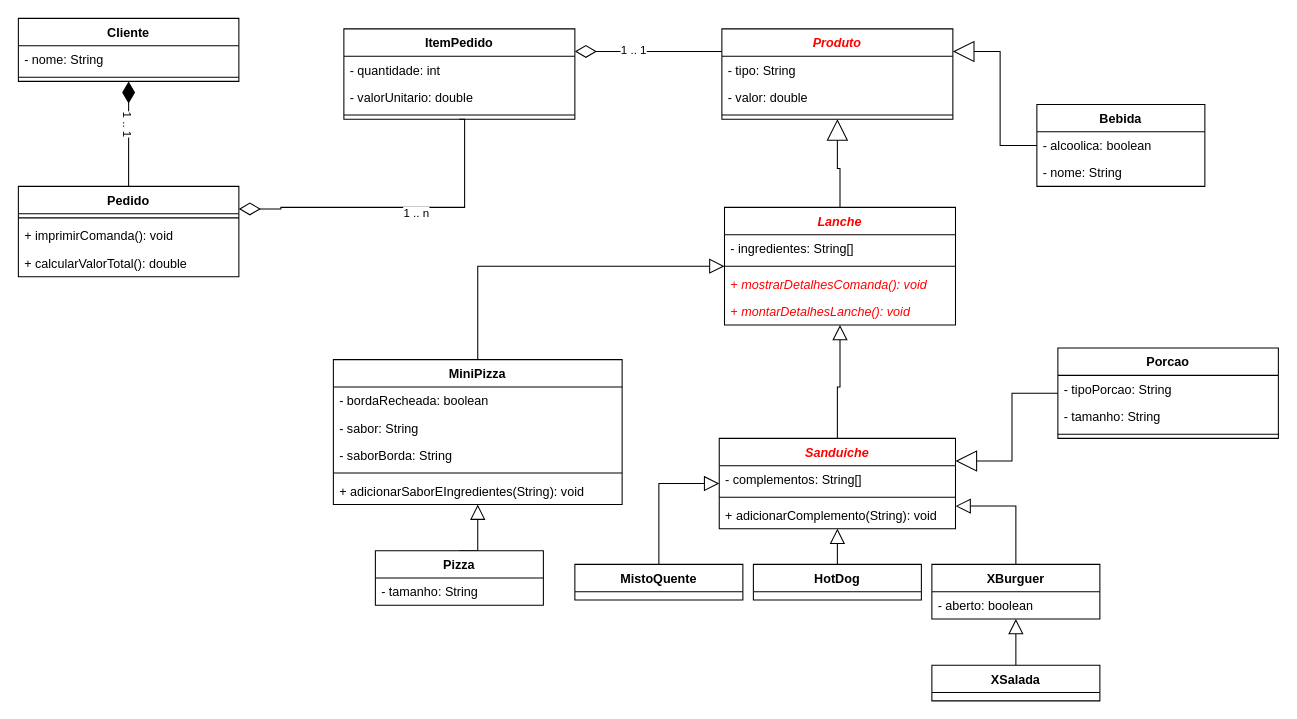
hannaBanannaOF/entra21-git-inicio keeps this draw.io diagram as page "Lanches" (1 of 8) of diagramas.drawio. Above is the earlier version. Source tidied: cells renumbered, new cells numbered last; positions are measured from the earlier drawing's top-left corner, leaving out a move shared by most shapes. Both pictures are drawn from the tidied source at 105%, with x=0, y=0 at pixel (18, 18).
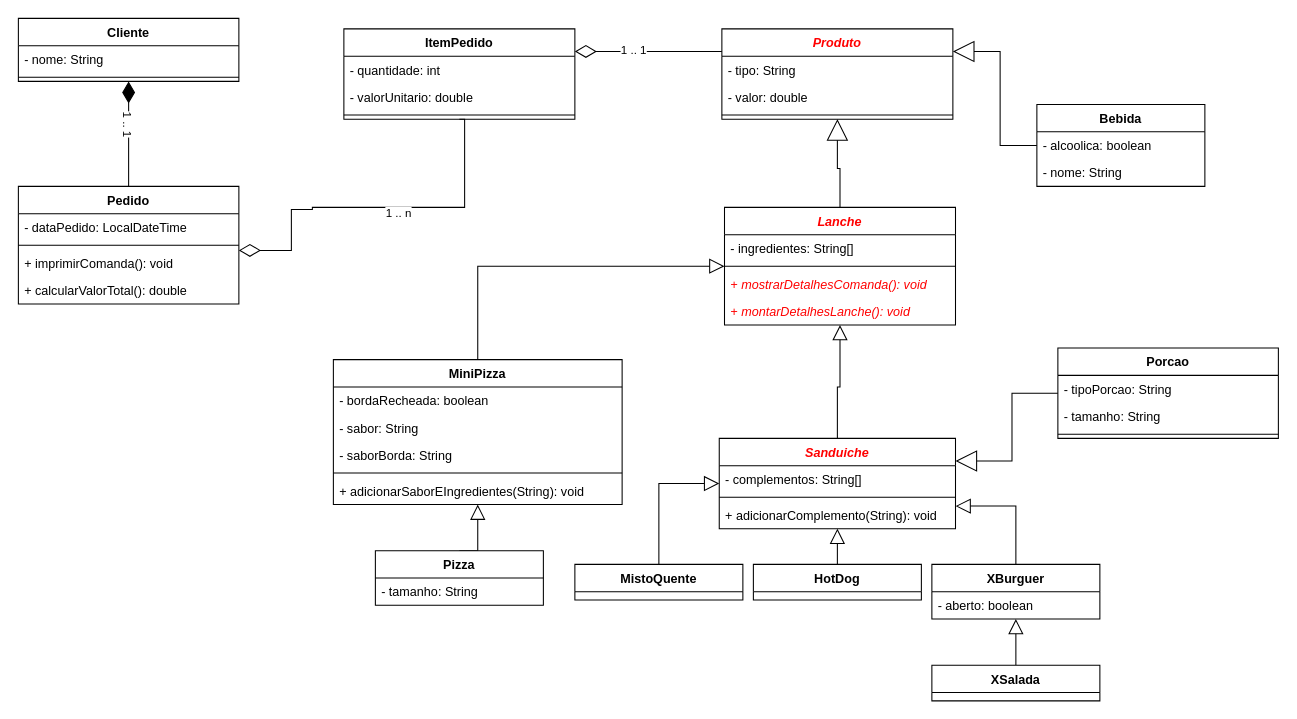
The same page after the edit.

Unchanged cells that the change refers to:
```xml
<mxCell id="58" value="ItemPedido" style="swimlane;fontStyle=1;align=center;verticalAlign=top;horizontal=1;startSize=26;fontColor=#000000;" parent="1" vertex="1">
  <mxGeometry x="310" y="10" width="220" height="86" as="geometry" />
</mxCell>
```

The edit, as a diff of the source:
```diff
@@
-    <mxCell id="18" style="edgeStyle=orthogonalEdgeStyle;rounded=0;jettySize=auto;html=1;exitX=1;exitY=0.25;exitDx=0;exitDy=0;endArrow=none;endFill=0;endSize=18;startArrow=diamondThin;startFill=0;startSize=18;entryX=0.5;entryY=1;entryDx=0;entryDy=0;" parent="1" edge="1" source="20" target="58">
+    <mxCell id="18" style="edgeStyle=orthogonalEdgeStyle;rounded=0;jettySize=auto;html=1;endArrow=none;endFill=0;endSize=18;startArrow=diamondThin;startFill=0;startSize=18;entryX=0.5;entryY=1;entryDx=0;entryDy=0;exitX=1;exitY=0.038;exitDx=0;exitDy=0;exitPerimeter=0;" parent="1" edge="1" source="22" target="58">
       <mxGeometry relative="1" as="geometry">
         <Array as="points">
-          <mxPoint x="250" y="182" />
-          <mxPoint x="250" y="180" />
+          <mxPoint x="260" y="221" />
+          <mxPoint x="260" y="182" />
+          <mxPoint x="280" y="182" />
+          <mxPoint x="280" y="180" />
           <mxPoint x="425" y="180" />
+          <mxPoint x="425" y="96" />
         </Array>
       </mxGeometry>
     </mxCell>
@@
     <mxCell id="20" value="Pedido" style="swimlane;fontStyle=1;align=center;verticalAlign=top;horizontal=1;startSize=26;" parent="1" vertex="1">
-      <mxGeometry y="160" width="210" height="86" as="geometry" />
+      <mxGeometry y="160" width="210" height="112" as="geometry" />
     </mxCell>
+    <mxCell id="62" value="- dataPedido: LocalDateTime" style="text;strokeColor=none;fillColor=none;align=left;verticalAlign=top;spacingLeft=4;spacingRight=4;overflow=hidden;" parent="20" vertex="1">
+      <mxGeometry y="26" width="210" height="26" as="geometry" />
+    </mxCell>
     <mxCell id="21" style="line;strokeWidth=1;fillColor=none;align=left;verticalAlign=middle;spacingTop=-1;spacingLeft=3;spacingRight=3;labelPosition=right;" parent="20" vertex="1">
-      <mxGeometry y="26" width="210" height="8" as="geometry" />
+      <mxGeometry y="52" width="210" height="8" as="geometry" />
     </mxCell>
     <mxCell id="22" value="+ imprimirComanda(): void&#10;" style="text;strokeColor=none;fillColor=none;align=left;verticalAlign=top;spacingLeft=4;spacingRight=4;overflow=hidden;points=[[0,0.5],[1,0.5]];portConstraint=eastwest;" parent="20" vertex="1">
-      <mxGeometry y="34" width="210" height="26" as="geometry" />
+      <mxGeometry y="60" width="210" height="26" as="geometry" />
     </mxCell>
     <mxCell id="23" value="+ calcularValorTotal(): double" style="text;strokeColor=none;fillColor=none;align=left;verticalAlign=top;spacingLeft=4;spacingRight=4;overflow=hidden;" parent="20" vertex="1">
-      <mxGeometry y="60" width="210" height="26" as="geometry" />
+      <mxGeometry y="86" width="210" height="26" as="geometry" />
     </mxCell>
```
